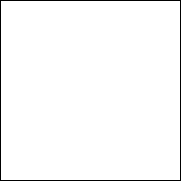
The draw.io diagram Arquivos da Matéria/Untitled Diagram.drawio.png in JoaoPedro1221/COM230_G11, before a commit. Source tidied: cells renumbered, new cells last; positions are measured from the earlier drawing's top-left corner, leaving out a move shared by most shapes.
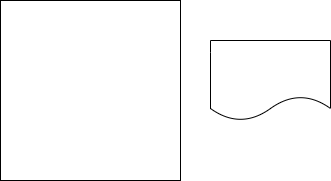
Later version of the same file.

Change to the diagram source:
```diff
@@ -5,5 +5,8 @@
     <mxCell id="2" style="whiteSpace=wrap;html=1;" parent="1" vertex="1">
       <mxGeometry width="180" height="180" as="geometry" />
     </mxCell>
+    <mxCell id="3" style="shape=document;whiteSpace=wrap;html=1;boundedLbl=1;" parent="1" vertex="1">
+      <mxGeometry x="210" y="40" width="120" height="80" as="geometry" />
+    </mxCell>
   </root>
 </mxGraphModel>
```
